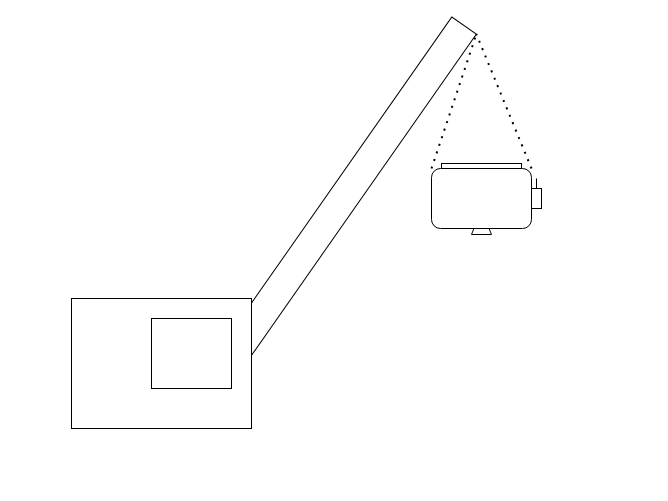
Earlier version of the draw.io diagram Untitled Diagram.drawio (nanoadmin/materials). Source tidied: cells renumbered, new cells numbered last; positions are measured from the earlier drawing's top-left corner, leaving out a move shared by most shapes. Both pictures are drawn from the tidied source at 100%, with x=0, y=0 at pixel (71, 163).
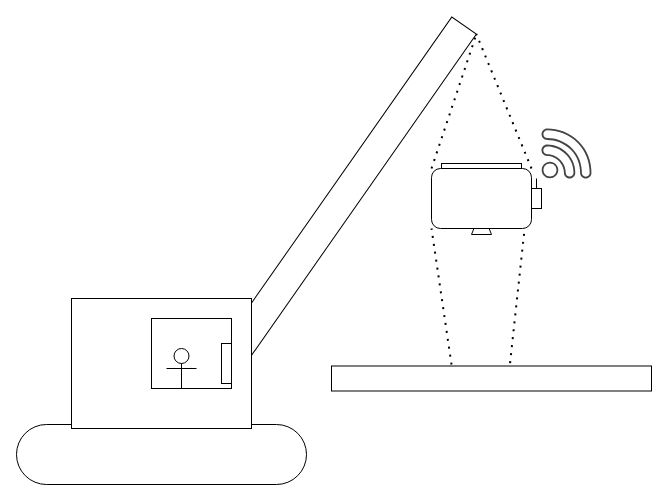
Above is the later version.

The change refers to these unchanged cells:
```xml
<mxCell id="5" style="rounded=1;whiteSpace=wrap;html=1;" parent="1" vertex="1">
  <mxGeometry x="360" y="5" width="100" height="60" as="geometry" />
</mxCell>
```

What changed in the source:
```diff
@@
+    <mxCell id="12" style="rounded=1;whiteSpace=wrap;html=1;perimeterSpacing=17;arcSize=50;" parent="1" vertex="1">
+      <mxGeometry x="-55" y="261" width="290" height="60" as="geometry" />
+    </mxCell>
@@
+    <mxCell id="13" style="rounded=0;whiteSpace=wrap;html=1;" parent="1" vertex="1">
+      <mxGeometry x="150" y="180" width="10" height="40" as="geometry" />
+    </mxCell>
+    <mxCell id="14" style="shape=umlActor;verticalLabelPosition=bottom;verticalAlign=top;html=1;" parent="1" vertex="1">
+      <mxGeometry x="95" y="185" width="30" height="60" as="geometry" />
+    </mxCell>
+    <mxCell id="15" style="rounded=0;whiteSpace=wrap;html=1;strokeColor=#FFFFFF;" parent="1" vertex="1">
+      <mxGeometry x="60" y="226" width="100" height="30" as="geometry" />
+    </mxCell>
+    <mxCell id="16" style="rounded=0;whiteSpace=wrap;html=1;strokeColor=#000000;" parent="1" vertex="1">
+      <mxGeometry x="260" y="202.5" width="320" height="25" as="geometry" />
+    </mxCell>
+    <mxCell id="17" style="endArrow=none;dashed=1;html=1;dashPattern=1 3;strokeWidth=2;entryX=0;entryY=1;entryDx=0;entryDy=0;exitX=0.375;exitY=-0.06;exitDx=0;exitDy=0;exitPerimeter=0;" parent="1" edge="1" source="16" target="5">
+      <mxGeometry relative="1" as="geometry" />
+    </mxCell>
+    <mxCell id="18" style="endArrow=none;dashed=1;html=1;dashPattern=1 3;strokeWidth=2;exitX=0.558;exitY=-0.117;exitDx=0;exitDy=0;exitPerimeter=0;entryX=0.932;entryY=0.988;entryDx=0;entryDy=0;entryPerimeter=0;" parent="1" edge="1" source="16" target="5">
+      <mxGeometry relative="1" as="geometry" />
+    </mxCell>
+    <mxCell id="19" style="shadow=0;dashed=0;html=1;strokeColor=none;fillColor=#434445;labelPosition=center;verticalLabelPosition=bottom;verticalAlign=top;align=center;shape=mxgraph.vvd.wi_fi;rounded=1;" parent="1" vertex="1">
+      <mxGeometry x="470" y="-35" width="50" height="50" as="geometry" />
+    </mxCell>
```
